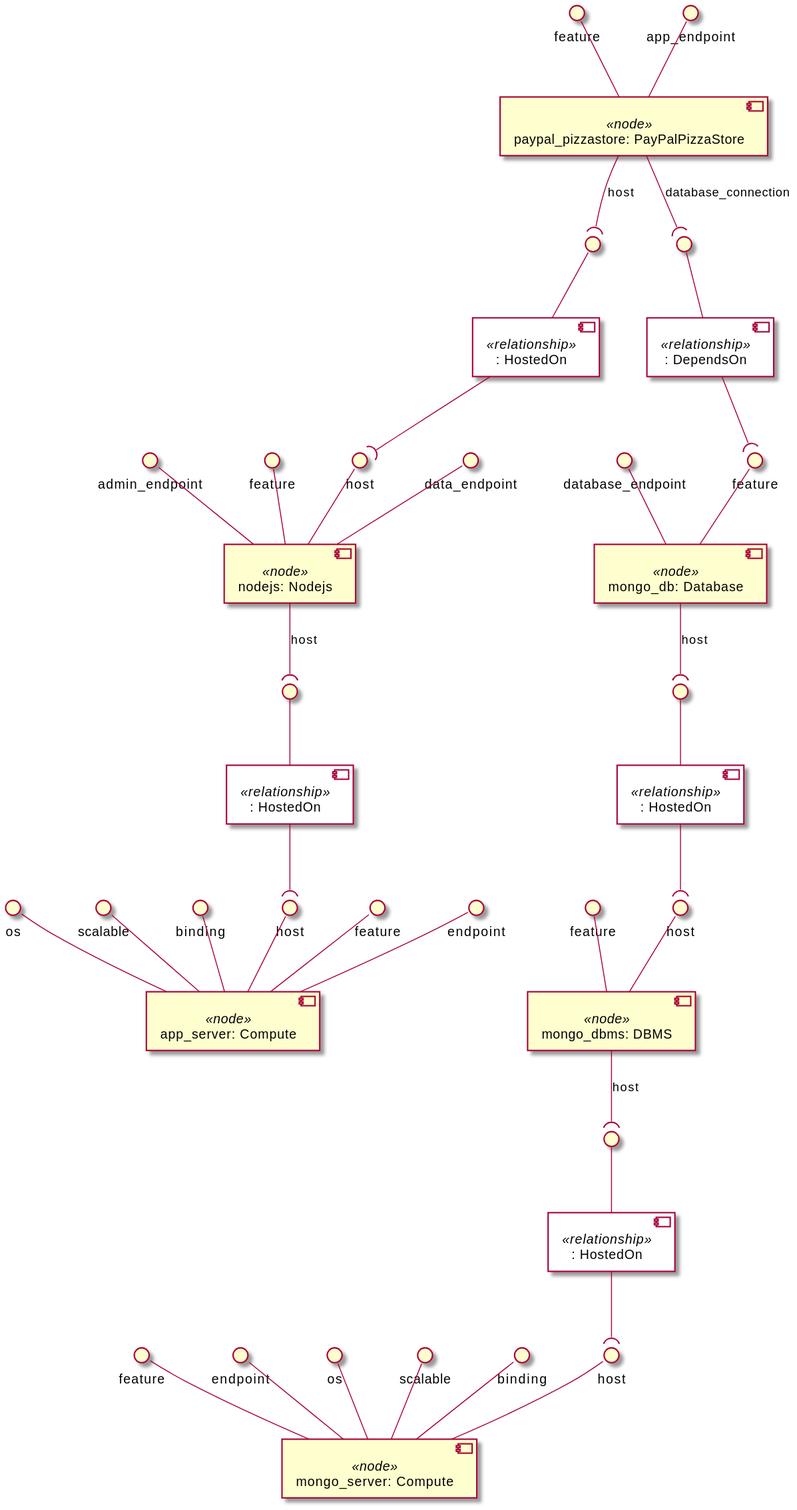
Orange-OpenSource/Cloudnet-TOSCA-toolbox keeps this PlantUML diagram as examples/ariatosca/diagrams/uml2/webserver-dbms-2-1.0-uml2-component-diagram2.svg. Above is the earlier version.
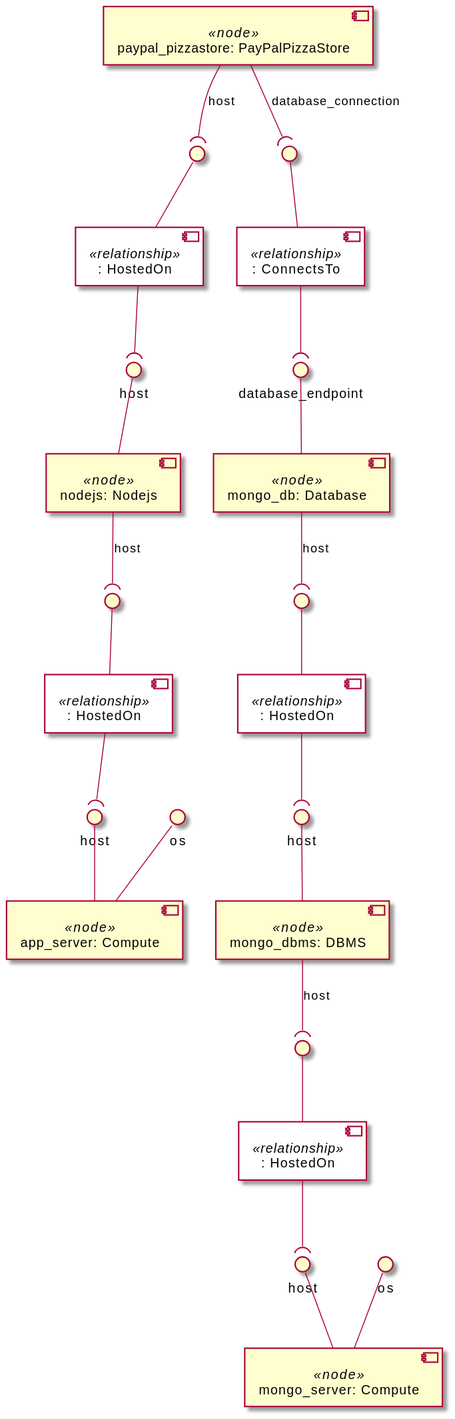
After the change.

The edit, as a diff of the source:
```diff
@@ -5,26 +5,16 @@
 }
 
 component "paypal_pizzastore: PayPalPizzaStore" <<node>> as node_paypal_pizzastore
-interface "feature" as node_paypal_pizzastore_feature
-node_paypal_pizzastore_feature -- node_paypal_pizzastore
-interface "app_endpoint" as node_paypal_pizzastore_app_endpoint
-node_paypal_pizzastore_app_endpoint -- node_paypal_pizzastore
 component ": HostedOn" <<relationship>> as node_paypal_pizzastore_host_relationship0
 interface " " as node_paypal_pizzastore_host_relationship0_source
 node_paypal_pizzastore_host_relationship0_source -- node_paypal_pizzastore_host_relationship0
 node_paypal_pizzastore --( node_paypal_pizzastore_host_relationship0_source : host
-component ": DependsOn" <<relationship>> as node_paypal_pizzastore_database_connection_relationship1
+component ": ConnectsTo" <<relationship>> as node_paypal_pizzastore_database_connection_relationship1
 interface " " as node_paypal_pizzastore_database_connection_relationship1_source
 node_paypal_pizzastore_database_connection_relationship1_source -- node_paypal_pizzastore_database_connection_relationship1
 node_paypal_pizzastore --( node_paypal_pizzastore_database_connection_relationship1_source : database_connection
 
 component "nodejs: Nodejs" <<node>> as node_nodejs
-interface "feature" as node_nodejs_feature
-node_nodejs_feature -- node_nodejs
-interface "data_endpoint" as node_nodejs_data_endpoint
-node_nodejs_data_endpoint -- node_nodejs
-interface "admin_endpoint" as node_nodejs_admin_endpoint
-node_nodejs_admin_endpoint -- node_nodejs
 interface "host" as node_nodejs_host
 node_nodejs_host -- node_nodejs
 component ": HostedOn" <<relationship>> as node_nodejs_host_relationship0
@@ -33,8 +23,6 @@
 node_nodejs --( node_nodejs_host_relationship0_source : host
 
 component "mongo_db: Database" <<node>> as node_mongo_db
-interface "feature" as node_mongo_db_feature
-node_mongo_db_feature -- node_mongo_db
 interface "database_endpoint" as node_mongo_db_database_endpoint
 node_mongo_db_database_endpoint -- node_mongo_db
 component ": HostedOn" <<relationship>> as node_mongo_db_host_relationship0
@@ -43,8 +31,6 @@
 node_mongo_db --( node_mongo_db_host_relationship0_source : host
 
 component "mongo_dbms: DBMS" <<node>> as node_mongo_dbms
-interface "feature" as node_mongo_dbms_feature
-node_mongo_dbms_feature -- node_mongo_dbms
 interface "host" as node_mongo_dbms_host
 node_mongo_dbms_host -- node_mongo_dbms
 component ": HostedOn" <<relationship>> as node_mongo_dbms_host_relationship0
@@ -53,35 +39,19 @@
 node_mongo_dbms --( node_mongo_dbms_host_relationship0_source : host
 
 component "mongo_server: Compute" <<node>> as node_mongo_server
-interface "feature" as node_mongo_server_feature
-node_mongo_server_feature -- node_mongo_server
+interface "os" as node_mongo_server_os
+node_mongo_server_os -- node_mongo_server
 interface "host" as node_mongo_server_host
 node_mongo_server_host -- node_mongo_server
-interface "endpoint" as node_mongo_server_endpoint
-node_mongo_server_endpoint -- node_mongo_server
-interface "os" as node_mongo_server_os
-node_mongo_server_os -- node_mongo_server
-interface "scalable" as node_mongo_server_scalable
-node_mongo_server_scalable -- node_mongo_server
-interface "binding" as node_mongo_server_binding
-node_mongo_server_binding -- node_mongo_server
 
 component "app_server: Compute" <<node>> as node_app_server
-interface "feature" as node_app_server_feature
-node_app_server_feature -- node_app_server
+interface "os" as node_app_server_os
+node_app_server_os -- node_app_server
 interface "host" as node_app_server_host
 node_app_server_host -- node_app_server
-interface "endpoint" as node_app_server_endpoint
-node_app_server_endpoint -- node_app_server
-interface "os" as node_app_server_os
-node_app_server_os -- node_app_server
-interface "scalable" as node_app_server_scalable
-node_app_server_scalable -- node_app_server
-interface "binding" as node_app_server_binding
-node_app_server_binding -- node_app_server
 
 node_paypal_pizzastore_host_relationship0 --( node_nodejs_host
-node_paypal_pizzastore_database_connection_relationship1 --( node_mongo_db_feature
+node_paypal_pizzastore_database_connection_relationship1 --( node_mongo_db_database_endpoint
 node_nodejs_host_relationship0 --( node_app_server_host
 node_mongo_db_host_relationship0 --( node_mongo_dbms_host
 node_mongo_dbms_host_relationship0 --( node_mongo_server_host
```
